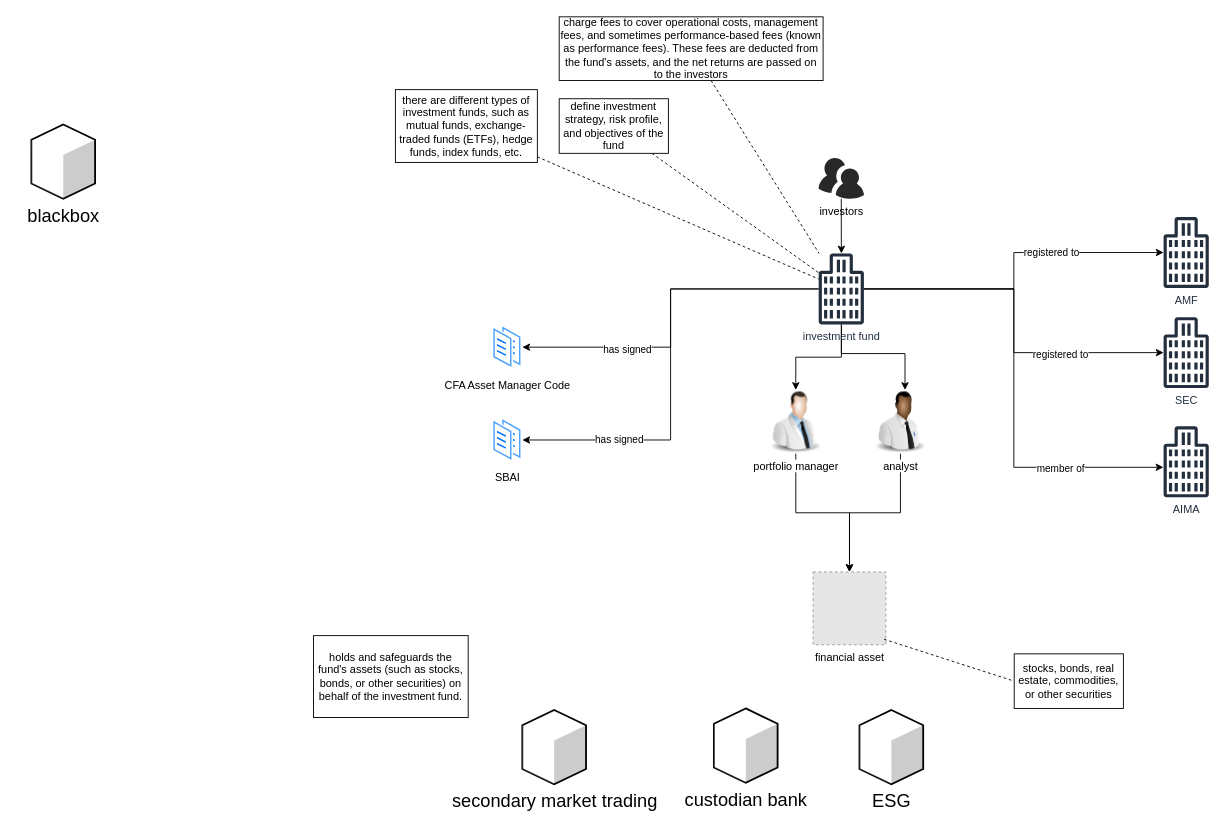
The draw.io diagram ecosystem.drawio in noe-sautel/finer, before the edit. Source tidied: cells renumbered, new cells numbered last; positions are measured from the earlier drawing's top-left corner, leaving out a move shared by most shapes. Both pictures are drawn from the tidied source at 91%, with x=0, y=0 at pixel (31, 16). Pictures stored in the file or linked from it are replaced by grey dashed boxes.
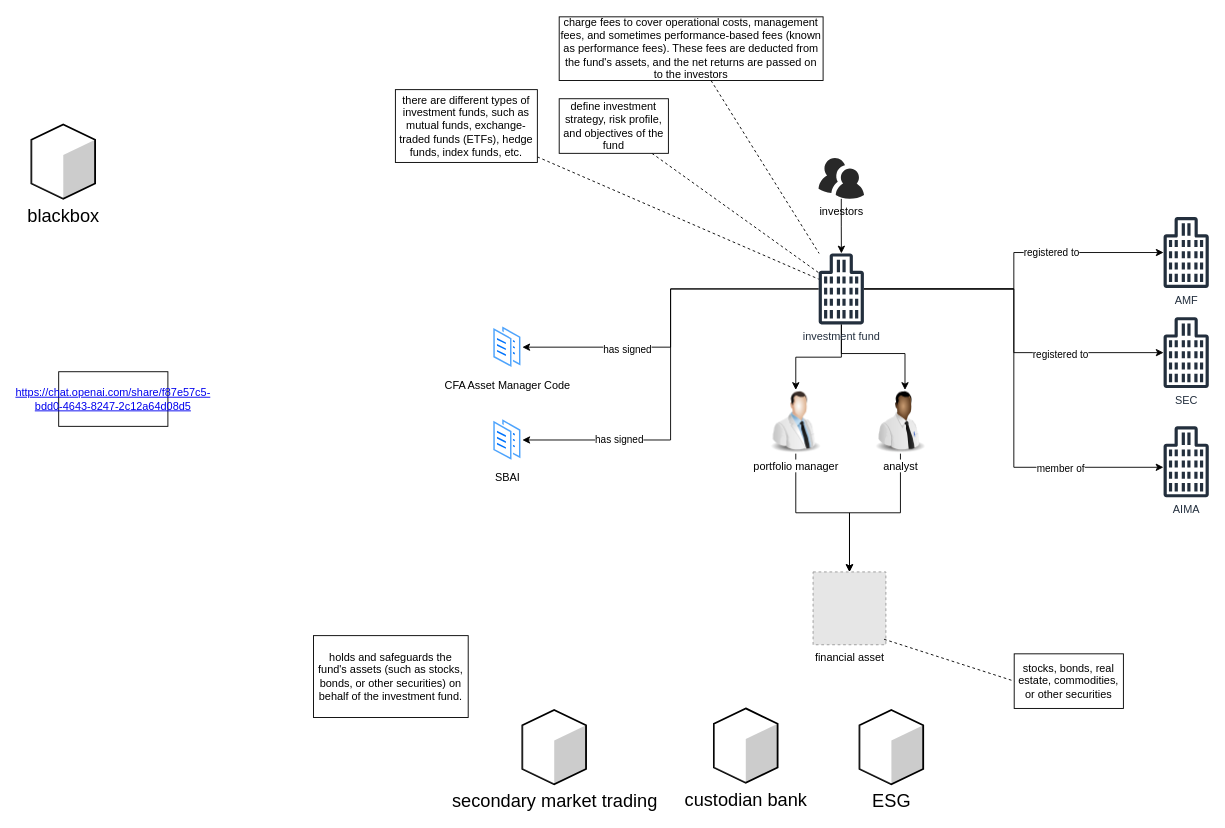
After the change.

The edit, as a diff of the source:
```diff
@@
+    <mxCell id="40" value="&lt;a href=&quot;https://chat.openai.com/share/f87e57c5-bdd0-4643-8247-2c12a64d08d5&quot;&gt;https://chat.openai.com/share/f87e57c5-bdd0-4643-8247-2c12a64d08d5&lt;/a&gt;" style="whiteSpace=wrap;html=1;" parent="1" vertex="1">
+      <mxGeometry x="30" y="390" width="120" height="60" as="geometry" />
+    </mxCell>
```
